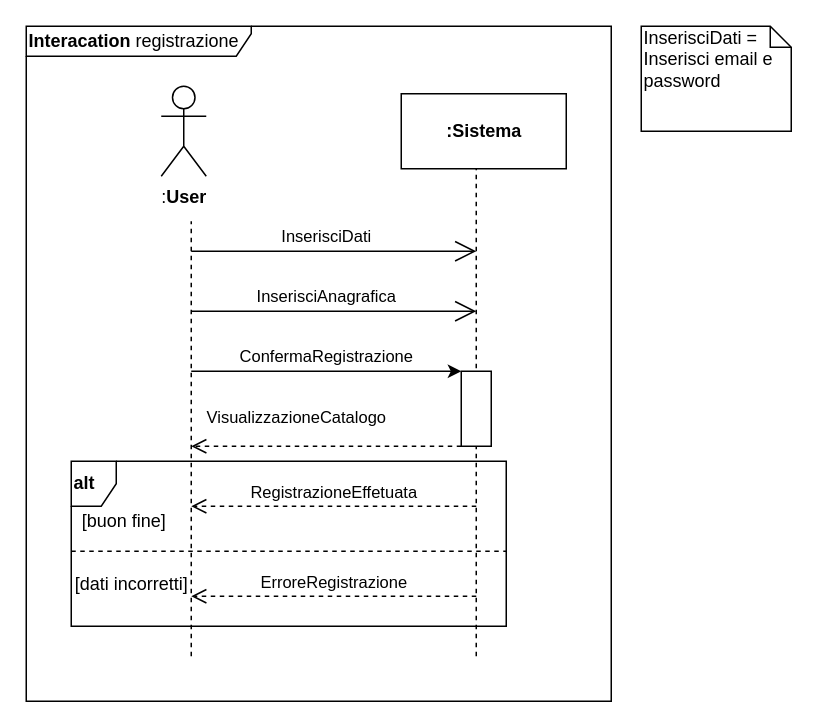
Earlier version of the draw.io diagram docs/SDregistrazione.drawio (LorenzoMioso/ProgettoIngegneriaDelSoftware). Source tidied: cells renumbered, new cells numbered last; positions are measured from the earlier drawing's top-left corner, leaving out a move shared by most shapes. Both pictures are drawn from the tidied source at 150%, with x=0, y=0 at pixel (26, 26).
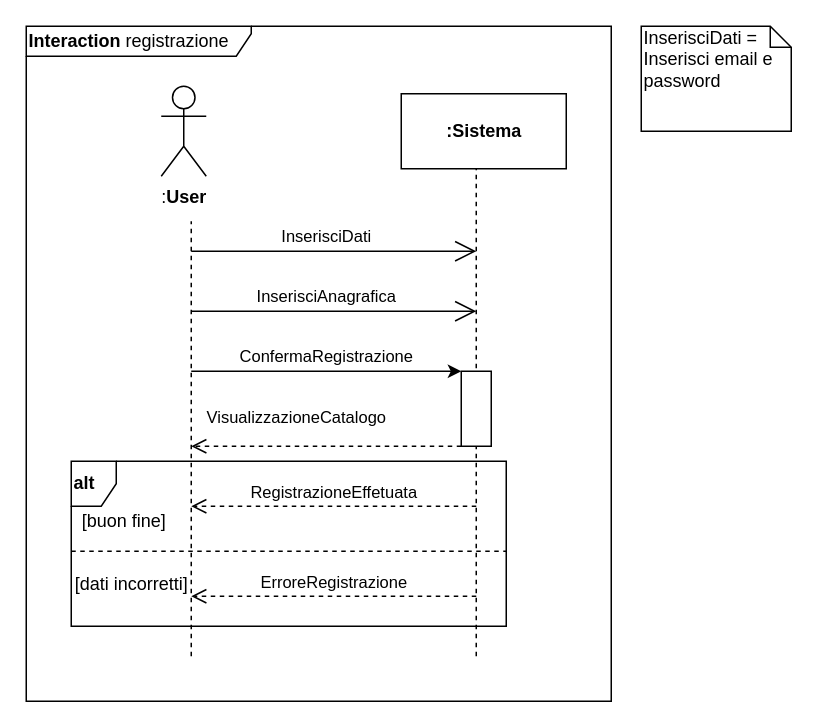
After the change.

Diff of the diagram source:
```diff
@@
-    <mxCell id="3" value="&lt;b&gt;Interacation &lt;/b&gt;registrazione" style="shape=umlFrame;whiteSpace=wrap;html=1;width=150;height=20;align=left;" parent="1" vertex="1">
+    <mxCell id="3" value="&lt;b&gt;Interaction &lt;/b&gt;registrazione" style="shape=umlFrame;whiteSpace=wrap;html=1;width=150;height=20;align=left;" parent="1" vertex="1">
       <mxGeometry width="390" height="450" as="geometry" />
     </mxCell>
```
